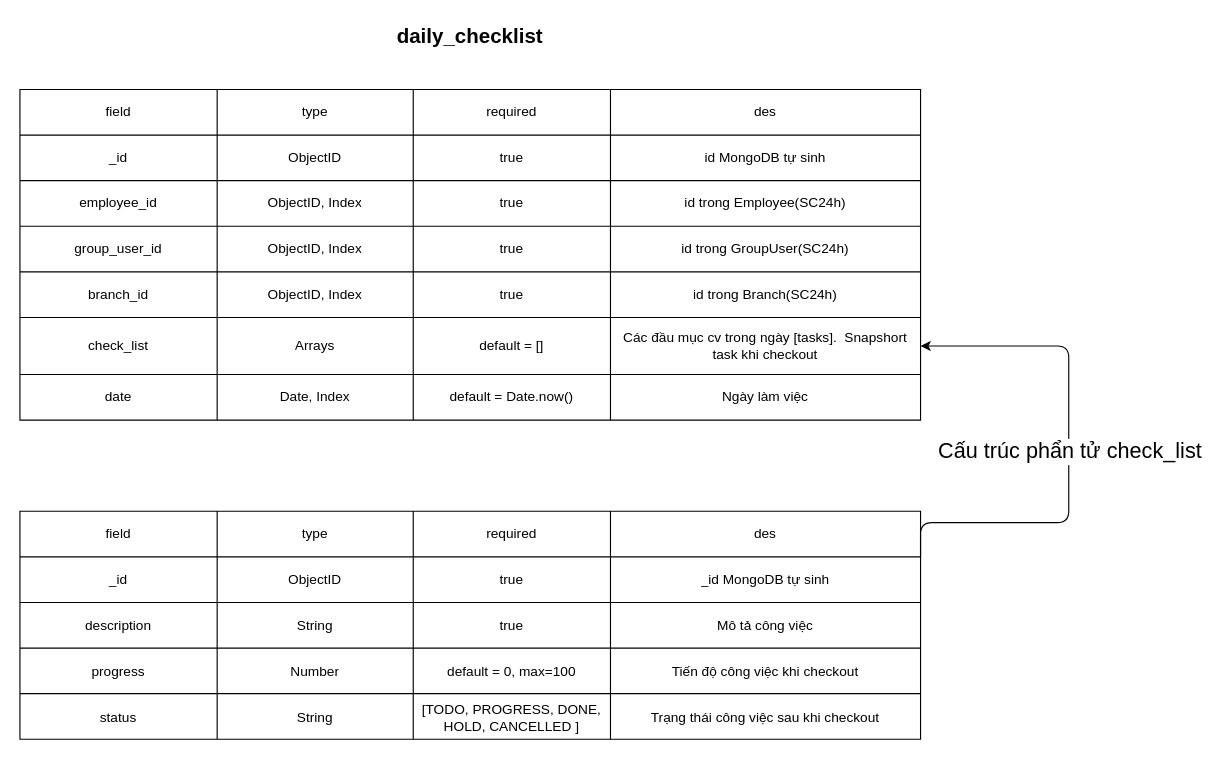
This is md/db/db-option-2.drawio from hungnm3112/project-timekeeper, a draw.io file, before an edit. Source tidied: cells renumbered, new cells numbered last; positions are measured from the earlier drawing's top-left corner, leaving out a move shared by most shapes. Both pictures are drawn from the tidied source at 114%, with x=0, y=0 at pixel (19, 19).
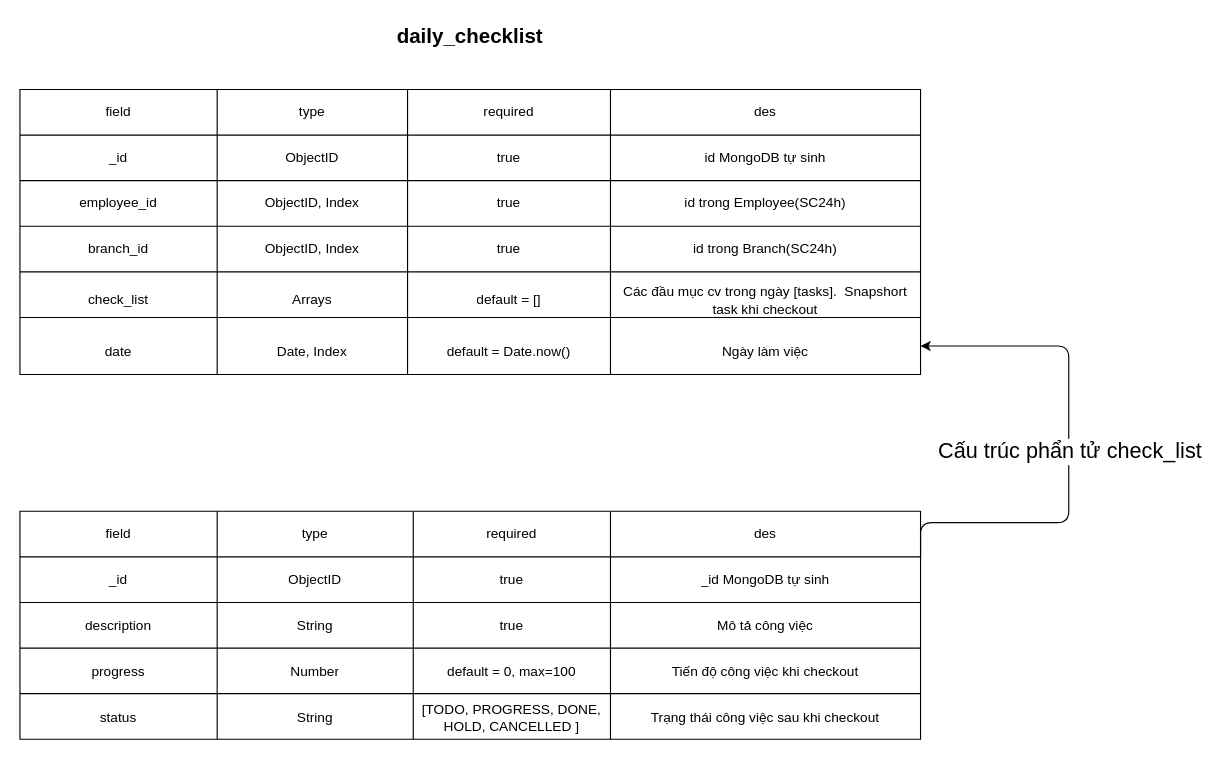
Above is the later version.

The change refers to these unchanged cells:
```xml
<mxCell id="3" style="shape=tableRow;horizontal=0;startSize=0;swimlaneHead=0;swimlaneBody=0;top=0;left=0;bottom=0;right=0;fillColor=none;" parent="2" vertex="1">
  <mxGeometry width="790" height="40" as="geometry" />
</mxCell>
<mxCell id="8" style="shape=tableRow;horizontal=0;startSize=0;swimlaneHead=0;swimlaneBody=0;top=0;left=0;bottom=0;right=0;fillColor=none;" parent="2" vertex="1">
  <mxGeometry y="40" width="790" height="40" as="geometry" />
</mxCell>
<mxCell id="13" style="shape=tableRow;horizontal=0;startSize=0;swimlaneHead=0;swimlaneBody=0;top=0;left=0;bottom=0;right=0;fillColor=none;" parent="2" vertex="1">
  <mxGeometry y="80" width="790" height="40" as="geometry" />
</mxCell>
<mxCell id="18" style="shape=tableRow;horizontal=0;startSize=0;swimlaneHead=0;swimlaneBody=0;top=0;left=0;bottom=0;right=0;fillColor=none;" parent="2" vertex="1">
  <mxGeometry y="120" width="790" height="40" as="geometry" />
</mxCell>
<mxCell id="23" style="shape=tableRow;horizontal=0;startSize=0;swimlaneHead=0;swimlaneBody=0;top=0;left=0;bottom=0;right=0;fillColor=none;" parent="2" vertex="1">
  <mxGeometry y="160" width="790" height="40" as="geometry" />
</mxCell>
<mxCell id="28" style="shape=tableRow;horizontal=0;startSize=0;swimlaneHead=0;swimlaneBody=0;top=0;left=0;bottom=0;right=0;fillColor=none;points=[[0,0.5],[1,0.5]];portConstraint=eastwest;" parent="2" vertex="1">
  <mxGeometry y="200" width="790" height="50" as="geometry" />
</mxCell>
```

What changed in the source:
```diff
@@
     <mxCell id="2" style="shape=table;startSize=0;childLayout=tableLayout;" parent="1" vertex="1">
-      <mxGeometry y="61" width="790" height="290" as="geometry" />
+      <mxGeometry y="61" width="790" height="250" as="geometry" />
     </mxCell>
@@
     <mxCell id="5" value="type" style="shape=partialRectangle;html=1;whiteSpace=wrap;overflow=hidden;fillColor=none;top=0;left=0;bottom=0;right=0;" parent="3" vertex="1">
-      <mxGeometry x="173" width="172" height="40" as="geometry" />
+      <mxGeometry x="173" width="167" height="40" as="geometry" />
     </mxCell>
     <mxCell id="6" value="required" style="shape=partialRectangle;html=1;whiteSpace=wrap;overflow=hidden;fillColor=none;top=0;left=0;bottom=0;right=0;" parent="3" vertex="1">
-      <mxGeometry x="345" width="173" height="40" as="geometry" />
+      <mxGeometry x="340" width="178" height="40" as="geometry" />
     </mxCell>
@@
     <mxCell id="10" value="ObjectID" style="shape=partialRectangle;html=1;whiteSpace=wrap;overflow=hidden;fillColor=none;top=0;left=0;bottom=0;right=0;" parent="8" vertex="1">
-      <mxGeometry x="173" width="172" height="40" as="geometry" />
+      <mxGeometry x="173" width="167" height="40" as="geometry" />
     </mxCell>
     <mxCell id="11" value="true" style="shape=partialRectangle;html=1;whiteSpace=wrap;overflow=hidden;fillColor=none;top=0;left=0;bottom=0;right=0;" parent="8" vertex="1">
-      <mxGeometry x="345" width="173" height="40" as="geometry" />
+      <mxGeometry x="340" width="178" height="40" as="geometry" />
     </mxCell>
@@
     <mxCell id="15" value="ObjectID, Index" style="shape=partialRectangle;html=1;whiteSpace=wrap;overflow=hidden;fillColor=none;top=0;left=0;bottom=0;right=0;" parent="13" vertex="1">
-      <mxGeometry x="173" width="172" height="40" as="geometry" />
+      <mxGeometry x="173" width="167" height="40" as="geometry" />
     </mxCell>
     <mxCell id="16" value="true" style="shape=partialRectangle;html=1;whiteSpace=wrap;overflow=hidden;fillColor=none;top=0;left=0;bottom=0;right=0;" parent="13" vertex="1">
-      <mxGeometry x="345" width="173" height="40" as="geometry" />
+      <mxGeometry x="340" width="178" height="40" as="geometry" />
     </mxCell>
@@
-    <mxCell id="19" value="group_user_id" style="shape=partialRectangle;html=1;whiteSpace=wrap;overflow=hidden;fillColor=none;top=0;left=0;bottom=0;right=0;" parent="18" vertex="1">
+    <mxCell id="19" style="shape=partialRectangle;html=1;whiteSpace=wrap;overflow=hidden;fillColor=none;top=0;left=0;bottom=0;right=0;" parent="18" vertex="1">
       <mxGeometry width="173" height="40" as="geometry" />
     </mxCell>
-    <mxCell id="20" value="ObjectID, Index" style="shape=partialRectangle;html=1;whiteSpace=wrap;overflow=hidden;fillColor=none;top=0;left=0;bottom=0;right=0;" parent="18" vertex="1">
-      <mxGeometry x="173" width="172" height="40" as="geometry" />
+    <mxCell id="20" style="shape=partialRectangle;html=1;whiteSpace=wrap;overflow=hidden;fillColor=none;top=0;left=0;bottom=0;right=0;" parent="18" vertex="1">
+      <mxGeometry x="173" width="167" height="40" as="geometry" />
     </mxCell>
-    <mxCell id="21" value="true" style="shape=partialRectangle;html=1;whiteSpace=wrap;overflow=hidden;fillColor=none;top=0;left=0;bottom=0;right=0;" parent="18" vertex="1">
-      <mxGeometry x="345" width="173" height="40" as="geometry" />
+    <mxCell id="21" style="shape=partialRectangle;html=1;whiteSpace=wrap;overflow=hidden;fillColor=none;top=0;left=0;bottom=0;right=0;" parent="18" vertex="1">
+      <mxGeometry x="340" width="178" height="40" as="geometry" />
     </mxCell>
-    <mxCell id="22" value="id trong GroupUser(SC24h)" style="shape=partialRectangle;html=1;whiteSpace=wrap;overflow=hidden;fillColor=none;top=0;left=0;bottom=0;right=0;" parent="18" vertex="1">
+    <mxCell id="22" style="shape=partialRectangle;html=1;whiteSpace=wrap;overflow=hidden;fillColor=none;top=0;left=0;bottom=0;right=0;" parent="18" vertex="1">
       <mxGeometry x="518" width="272" height="40" as="geometry" />
     </mxCell>
@@
-    <mxCell id="24" value="branch_id" style="shape=partialRectangle;html=1;whiteSpace=wrap;overflow=hidden;fillColor=none;top=0;left=0;bottom=0;right=0;" parent="23" vertex="1">
+    <mxCell id="24" style="shape=partialRectangle;html=1;whiteSpace=wrap;overflow=hidden;fillColor=none;top=0;left=0;bottom=0;right=0;" parent="23" vertex="1">
       <mxGeometry width="173" height="40" as="geometry" />
     </mxCell>
-    <mxCell id="25" value="ObjectID, Index" style="shape=partialRectangle;html=1;whiteSpace=wrap;overflow=hidden;fillColor=none;top=0;left=0;bottom=0;right=0;" parent="23" vertex="1">
-      <mxGeometry x="173" width="172" height="40" as="geometry" />
+    <mxCell id="25" style="shape=partialRectangle;html=1;whiteSpace=wrap;overflow=hidden;fillColor=none;top=0;left=0;bottom=0;right=0;" parent="23" vertex="1">
+      <mxGeometry x="173" width="167" height="40" as="geometry" />
     </mxCell>
-    <mxCell id="26" value="true" style="shape=partialRectangle;html=1;whiteSpace=wrap;overflow=hidden;fillColor=none;top=0;left=0;bottom=0;right=0;" parent="23" vertex="1">
-      <mxGeometry x="345" width="173" height="40" as="geometry" />
+    <mxCell id="26" style="shape=partialRectangle;html=1;whiteSpace=wrap;overflow=hidden;fillColor=none;top=0;left=0;bottom=0;right=0;" parent="23" vertex="1">
+      <mxGeometry x="340" width="178" height="40" as="geometry" />
     </mxCell>
-    <mxCell id="27" value="id trong Branch(SC24h)" style="shape=partialRectangle;html=1;whiteSpace=wrap;overflow=hidden;fillColor=none;top=0;left=0;bottom=0;right=0;" parent="23" vertex="1">
+    <mxCell id="27" style="shape=partialRectangle;html=1;whiteSpace=wrap;overflow=hidden;fillColor=none;top=0;left=0;bottom=0;right=0;" parent="23" vertex="1">
       <mxGeometry x="518" width="272" height="40" as="geometry" />
     </mxCell>
@@
-    <mxCell id="29" value="check_list" style="shape=partialRectangle;html=1;whiteSpace=wrap;overflow=hidden;fillColor=none;top=0;left=0;bottom=0;right=0;" parent="28" vertex="1">
+    <mxCell id="29" style="shape=partialRectangle;html=1;whiteSpace=wrap;overflow=hidden;fillColor=none;top=0;left=0;bottom=0;right=0;" parent="28" vertex="1">
       <mxGeometry width="173" height="50" as="geometry" />
     </mxCell>
-    <mxCell id="30" value="Arrays" style="shape=partialRectangle;html=1;whiteSpace=wrap;overflow=hidden;fillColor=none;top=0;left=0;bottom=0;right=0;" parent="28" vertex="1">
-      <mxGeometry x="173" width="172" height="50" as="geometry" />
+    <mxCell id="30" style="shape=partialRectangle;html=1;whiteSpace=wrap;overflow=hidden;fillColor=none;top=0;left=0;bottom=0;right=0;" parent="28" vertex="1">
+      <mxGeometry x="173" width="167" height="50" as="geometry" />
     </mxCell>
-    <mxCell id="31" value="default = []" style="shape=partialRectangle;html=1;whiteSpace=wrap;overflow=hidden;fillColor=none;top=0;left=0;bottom=0;right=0;" parent="28" vertex="1">
-      <mxGeometry x="345" width="173" height="50" as="geometry" />
+    <mxCell id="31" style="shape=partialRectangle;html=1;whiteSpace=wrap;overflow=hidden;fillColor=none;top=0;left=0;bottom=0;right=0;" parent="28" vertex="1">
+      <mxGeometry x="340" width="178" height="50" as="geometry" />
     </mxCell>
-    <mxCell id="32" value="Các đầu mục cv trong ngày [tasks].&amp;nbsp; Snapshort task khi checkout" style="shape=partialRectangle;html=1;whiteSpace=wrap;overflow=hidden;fillColor=none;top=0;left=0;bottom=0;right=0;" parent="28" vertex="1">
+    <mxCell id="32" style="shape=partialRectangle;html=1;whiteSpace=wrap;overflow=hidden;fillColor=none;top=0;left=0;bottom=0;right=0;" parent="28" vertex="1">
       <mxGeometry x="518" width="272" height="50" as="geometry" />
     </mxCell>
-    <mxCell id="33" style="shape=tableRow;horizontal=0;startSize=0;swimlaneHead=0;swimlaneBody=0;top=0;left=0;bottom=0;right=0;fillColor=none;" parent="2" vertex="1">
-      <mxGeometry y="250" width="790" height="40" as="geometry" />
-    </mxCell>
-    <mxCell id="34" value="date" style="shape=partialRectangle;html=1;whiteSpace=wrap;overflow=hidden;fillColor=none;top=0;left=0;bottom=0;right=0;" parent="33" vertex="1">
-      <mxGeometry width="173" height="40" as="geometry" />
-    </mxCell>
-    <mxCell id="35" value="Date, Index" style="shape=partialRectangle;html=1;whiteSpace=wrap;overflow=hidden;fillColor=none;top=0;left=0;bottom=0;right=0;" parent="33" vertex="1">
-      <mxGeometry x="173" width="172" height="40" as="geometry" />
-    </mxCell>
-    <mxCell id="36" value="default = Date.now()" style="shape=partialRectangle;html=1;whiteSpace=wrap;overflow=hidden;fillColor=none;top=0;left=0;bottom=0;right=0;" parent="33" vertex="1">
-      <mxGeometry x="345" width="173" height="40" as="geometry" />
-    </mxCell>
-    <mxCell id="37" value="Ngày làm việc" style="shape=partialRectangle;html=1;whiteSpace=wrap;overflow=hidden;fillColor=none;top=0;left=0;bottom=0;right=0;" parent="33" vertex="1">
-      <mxGeometry x="518" width="272" height="40" as="geometry" />
-    </mxCell>
@@
+    <mxCell id="79" value="branch_id" style="shape=partialRectangle;html=1;whiteSpace=wrap;overflow=hidden;fillColor=none;top=0;left=0;bottom=0;right=0;" parent="1" vertex="1">
+      <mxGeometry y="181" width="173" height="40" as="geometry" />
+    </mxCell>
+    <mxCell id="80" value="ObjectID, Index" style="shape=partialRectangle;html=1;whiteSpace=wrap;overflow=hidden;fillColor=none;top=0;left=0;bottom=0;right=0;" parent="1" vertex="1">
+      <mxGeometry x="173" y="181" width="167" height="40" as="geometry" />
+    </mxCell>
+    <mxCell id="81" value="true" style="shape=partialRectangle;html=1;whiteSpace=wrap;overflow=hidden;fillColor=none;top=0;left=0;bottom=0;right=0;" parent="1" vertex="1">
+      <mxGeometry x="340" y="181" width="178" height="40" as="geometry" />
+    </mxCell>
+    <mxCell id="82" value="id trong Branch(SC24h)" style="shape=partialRectangle;html=1;whiteSpace=wrap;overflow=hidden;fillColor=none;top=0;left=0;bottom=0;right=0;" parent="1" vertex="1">
+      <mxGeometry x="518" y="181" width="272" height="40" as="geometry" />
+    </mxCell>
+    <mxCell id="83" value="check_list" style="shape=partialRectangle;html=1;whiteSpace=wrap;overflow=hidden;fillColor=none;top=0;left=0;bottom=0;right=0;" parent="1" vertex="1">
+      <mxGeometry y="221" width="173" height="50" as="geometry" />
+    </mxCell>
+    <mxCell id="84" value="Arrays" style="shape=partialRectangle;html=1;whiteSpace=wrap;overflow=hidden;fillColor=none;top=0;left=0;bottom=0;right=0;" parent="1" vertex="1">
+      <mxGeometry x="173" y="221" width="167" height="50" as="geometry" />
+    </mxCell>
+    <mxCell id="85" value="default = []" style="shape=partialRectangle;html=1;whiteSpace=wrap;overflow=hidden;fillColor=none;top=0;left=0;bottom=0;right=0;" parent="1" vertex="1">
+      <mxGeometry x="340" y="221" width="178" height="50" as="geometry" />
+    </mxCell>
+    <mxCell id="86" value="Các đầu mục cv trong ngày [tasks].&amp;nbsp; Snapshort task khi checkout" style="shape=partialRectangle;html=1;whiteSpace=wrap;overflow=hidden;fillColor=none;top=0;left=0;bottom=0;right=0;" parent="1" vertex="1">
+      <mxGeometry x="518" y="221" width="272" height="50" as="geometry" />
+    </mxCell>
+    <mxCell id="34" value="date" style="shape=partialRectangle;html=1;whiteSpace=wrap;overflow=hidden;fillColor=none;top=0;left=0;bottom=0;right=0;" parent="1" vertex="1">
+      <mxGeometry y="271" width="173" height="40" as="geometry" />
+    </mxCell>
+    <mxCell id="35" value="Date, Index" style="shape=partialRectangle;html=1;whiteSpace=wrap;overflow=hidden;fillColor=none;top=0;left=0;bottom=0;right=0;" parent="1" vertex="1">
+      <mxGeometry x="173" y="271" width="167" height="40" as="geometry" />
+    </mxCell>
+    <mxCell id="36" value="default = Date.now()" style="shape=partialRectangle;html=1;whiteSpace=wrap;overflow=hidden;fillColor=none;top=0;left=0;bottom=0;right=0;" parent="1" vertex="1">
+      <mxGeometry x="340" y="271" width="178" height="40" as="geometry" />
+    </mxCell>
+    <mxCell id="37" value="Ngày làm việc" style="shape=partialRectangle;html=1;whiteSpace=wrap;overflow=hidden;fillColor=none;top=0;left=0;bottom=0;right=0;" parent="1" vertex="1">
+      <mxGeometry x="518" y="271" width="272" height="40" as="geometry" />
+    </mxCell>
```
